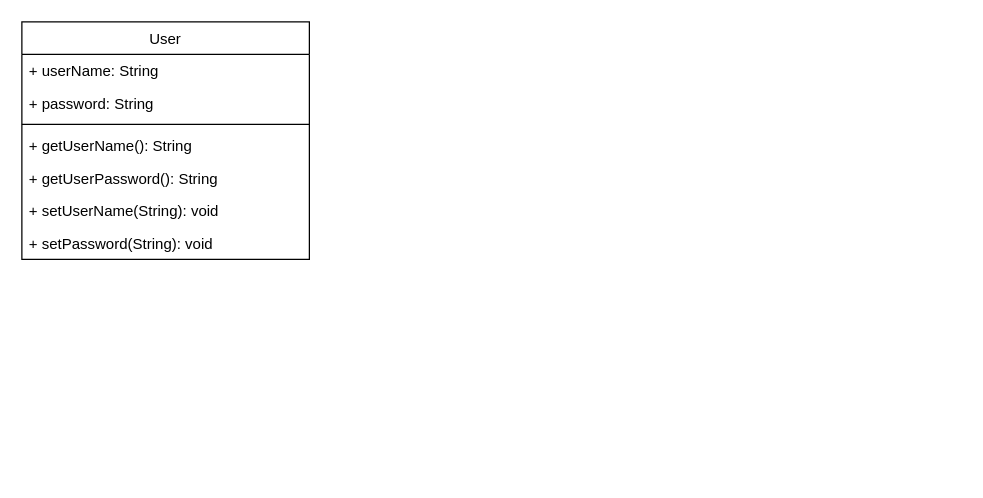
This is class1.drawio from Holy0343/Product1, a draw.io file, before an edit. Source tidied: cells renumbered, new cells numbered last; positions are measured from the earlier drawing's top-left corner, leaving out a move shared by most shapes. Both pictures are drawn from the tidied source at 125%, with x=0, y=0 at pixel (21, 21).
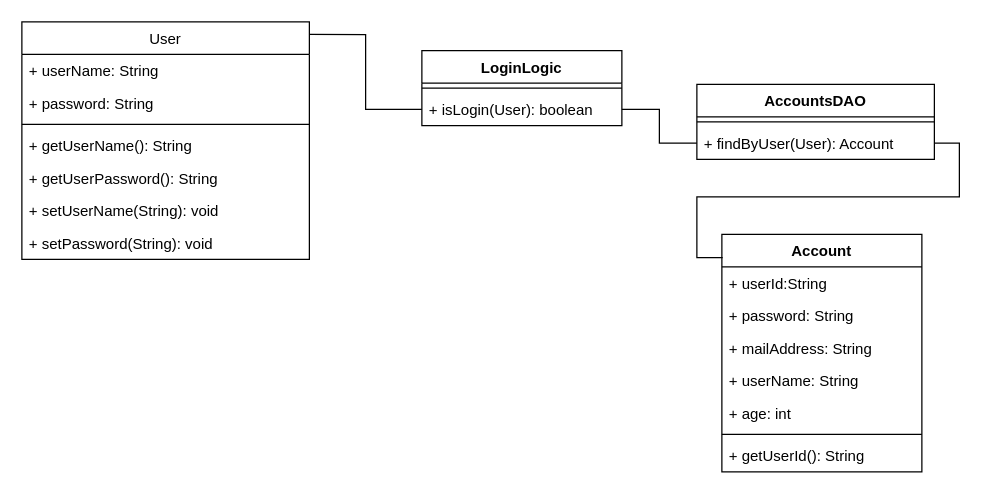
The same page after the edit.

Commit message (it also covers changes not shown here):
class1.drawio を更新します

The change refers to these unchanged cells:
```xml
<mxCell id="2" value="&lt;span style=&quot;font-weight: 400;&quot;&gt;User&lt;/span&gt;" style="swimlane;fontStyle=1;align=center;verticalAlign=top;horizontal=1;startSize=26;whiteSpace=wrap;html=1;" parent="1" vertex="1">
  <mxGeometry width="230" height="190" as="geometry" />
</mxCell>
```

Diff of the diagram source:
```diff
@@
+    <mxCell id="10" value="LoginLogic" style="swimlane;fontStyle=1;align=center;verticalAlign=top;horizontal=1;startSize=26;whiteSpace=wrap;html=1;" parent="1" vertex="1">
+      <mxGeometry x="320" y="23" width="160" height="60" as="geometry" />
+    </mxCell>
+    <mxCell id="11" style="line;strokeWidth=1;fillColor=none;align=left;verticalAlign=middle;spacingTop=-1;spacingLeft=3;spacingRight=3;labelPosition=right;strokeColor=inherit;" parent="10" vertex="1">
+      <mxGeometry y="26" width="160" height="8" as="geometry" />
+    </mxCell>
+    <mxCell id="12" value="+ isLogin(User): boolean" style="text;strokeColor=none;fillColor=none;align=left;verticalAlign=top;spacingLeft=4;spacingRight=4;overflow=hidden;points=[[0,0.5],[1,0.5]];portConstraint=eastwest;whiteSpace=wrap;html=1;" parent="10" vertex="1">
+      <mxGeometry y="34" width="160" height="26" as="geometry" />
+    </mxCell>
+    <mxCell id="13" style="edgeStyle=orthogonalEdgeStyle;rounded=0;jettySize=auto;html=1;exitX=0;exitY=0.5;exitDx=0;exitDy=0;entryX=1;entryY=0.053;entryDx=0;entryDy=0;entryPerimeter=0;strokeColor=default;endArrow=none;endFill=0;" parent="1" edge="1" source="12" target="2">
+      <mxGeometry relative="1" as="geometry" />
+    </mxCell>
+    <mxCell id="14" value="AccountsDAO" style="swimlane;fontStyle=1;align=center;verticalAlign=top;horizontal=1;startSize=26;whiteSpace=wrap;html=1;" parent="1" vertex="1">
+      <mxGeometry x="540" y="50" width="190" height="60" as="geometry" />
+    </mxCell>
+    <mxCell id="15" style="line;strokeWidth=1;fillColor=none;align=left;verticalAlign=middle;spacingTop=-1;spacingLeft=3;spacingRight=3;labelPosition=right;strokeColor=inherit;" parent="14" vertex="1">
+      <mxGeometry y="26" width="190" height="8" as="geometry" />
+    </mxCell>
+    <mxCell id="16" value="+ findByUser(User): Account" style="text;strokeColor=none;fillColor=none;align=left;verticalAlign=top;spacingLeft=4;spacingRight=4;overflow=hidden;points=[[0,0.5],[1,0.5]];portConstraint=eastwest;whiteSpace=wrap;html=1;" parent="14" vertex="1">
+      <mxGeometry y="34" width="190" height="26" as="geometry" />
+    </mxCell>
+    <mxCell id="17" value="Account" style="swimlane;fontStyle=1;align=center;verticalAlign=top;horizontal=1;startSize=26;whiteSpace=wrap;html=1;" parent="1" vertex="1">
+      <mxGeometry x="560" y="170" width="160" height="190" as="geometry" />
+    </mxCell>
+    <mxCell id="18" value="+ userId:String&amp;nbsp;" style="text;strokeColor=none;fillColor=none;align=left;verticalAlign=top;spacingLeft=4;spacingRight=4;overflow=hidden;whiteSpace=wrap;html=1;" parent="17" vertex="1">
+      <mxGeometry y="26" width="160" height="26" as="geometry" />
+    </mxCell>
+    <mxCell id="19" value="+ password: String" style="text;strokeColor=none;fillColor=none;align=left;verticalAlign=top;spacingLeft=4;spacingRight=4;overflow=hidden;whiteSpace=wrap;html=1;" parent="17" vertex="1">
+      <mxGeometry y="52" width="160" height="26" as="geometry" />
+    </mxCell>
+    <mxCell id="20" value="+ mailAddress: String" style="text;strokeColor=none;fillColor=none;align=left;verticalAlign=top;spacingLeft=4;spacingRight=4;overflow=hidden;whiteSpace=wrap;html=1;" parent="17" vertex="1">
+      <mxGeometry y="78" width="160" height="26" as="geometry" />
+    </mxCell>
+    <mxCell id="21" value="+ userName: String" style="text;strokeColor=none;fillColor=none;align=left;verticalAlign=top;spacingLeft=4;spacingRight=4;overflow=hidden;whiteSpace=wrap;html=1;" parent="17" vertex="1">
+      <mxGeometry y="104" width="160" height="26" as="geometry" />
+    </mxCell>
+    <mxCell id="22" value="+ age: int" style="text;strokeColor=none;fillColor=none;align=left;verticalAlign=top;spacingLeft=4;spacingRight=4;overflow=hidden;whiteSpace=wrap;html=1;" parent="17" vertex="1">
+      <mxGeometry y="130" width="160" height="26" as="geometry" />
+    </mxCell>
+    <mxCell id="23" style="line;strokeWidth=1;fillColor=none;align=left;verticalAlign=middle;spacingTop=-1;spacingLeft=3;spacingRight=3;labelPosition=right;strokeColor=inherit;" parent="17" vertex="1">
+      <mxGeometry y="156" width="160" height="8" as="geometry" />
+    </mxCell>
+    <mxCell id="24" value="+ getUserId(): String" style="text;strokeColor=none;fillColor=none;align=left;verticalAlign=top;spacingLeft=4;spacingRight=4;overflow=hidden;whiteSpace=wrap;html=1;" parent="17" vertex="1">
+      <mxGeometry y="164" width="160" height="26" as="geometry" />
+    </mxCell>
+    <mxCell id="25" style="edgeStyle=orthogonalEdgeStyle;rounded=0;jettySize=auto;html=1;endArrow=none;endFill=0;" parent="1" edge="1" source="12" target="16">
+      <mxGeometry relative="1" as="geometry" />
+    </mxCell>
+    <mxCell id="26" style="edgeStyle=orthogonalEdgeStyle;rounded=0;jettySize=auto;html=1;exitX=1;exitY=0.5;exitDx=0;exitDy=0;entryX=0.004;entryY=0.098;entryDx=0;entryDy=0;entryPerimeter=0;endArrow=none;endFill=0;" parent="1" edge="1" source="16" target="17">
+      <mxGeometry relative="1" as="geometry" />
+    </mxCell>
```
